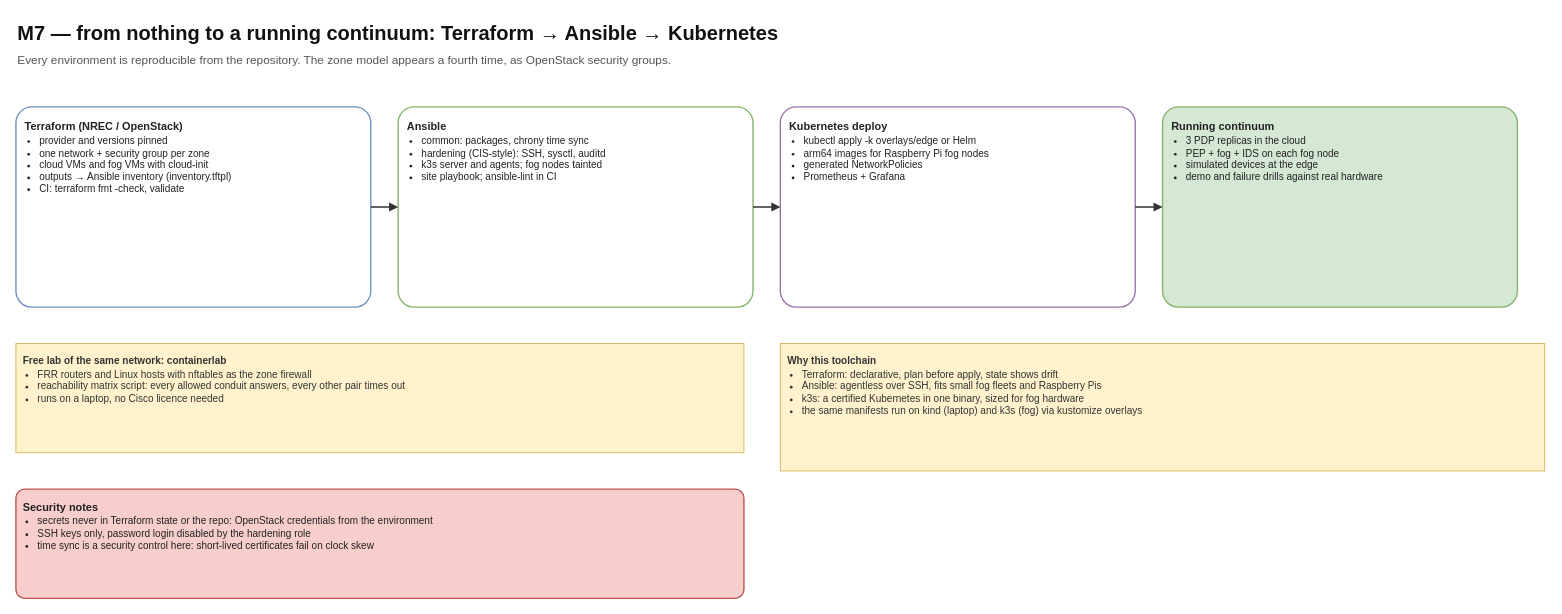
Above: page "Infrastructure as code" (2 of 2) of Docs/diagrams/15-m7-infrastructure-network.drawio in philipfleischer/zero-trust-continuum (draw.io), before the change. Source tidied: cells renumbered, new cells numbered last; positions are measured from the earlier drawing's top-left corner, leaving out a move shared by most shapes. Both pictures are drawn from the tidied source at 91%, with x=0, y=0 at pixel (15, 15).
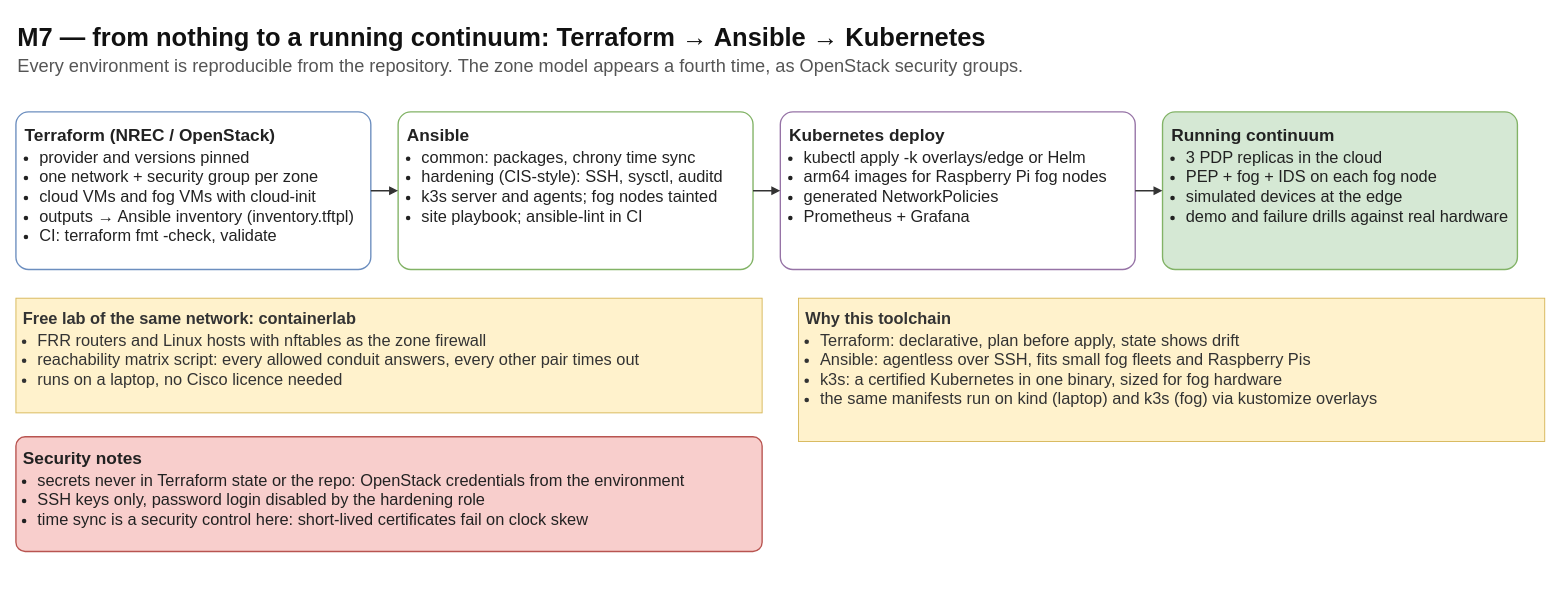
The same diagram, later.

What changed in the source:
```diff
@@
 <mxGraphModel background="#FFFFFF">
   <root>
     <mxCell id="0" />
     <mxCell id="1" parent="0" />
-    <mxCell id="2" value="M7 — from nothing to a running continuum: Terraform → Ansible → Kubernetes" style="whiteSpace=wrap;html=1;fontFamily=Helvetica;text;align=left;verticalAlign=top;fontSize=22;fontStyle=1;fontColor=#111111;" parent="1" vertex="1">
-      <mxGeometry width="1600" height="32" as="geometry" />
+    <mxCell id="2" value="M7 — from nothing to a running continuum: Terraform → Ansible → Kubernetes" style="whiteSpace=wrap;html=1;fontFamily=Helvetica;text;align=left;verticalAlign=top;fontSize=28;fontStyle=1;fontColor=#111111;" parent="1" vertex="1">
+      <mxGeometry y="0.5" width="1600" height="33.6" as="geometry" />
     </mxCell>
-    <mxCell id="3" value="Every environment is reproducible from the repository. The zone model appears a fourth time, as OpenStack security groups." style="whiteSpace=wrap;html=1;fontFamily=Helvetica;text;align=left;verticalAlign=top;fontSize=13;fontColor=#555555;" parent="1" vertex="1">
-      <mxGeometry y="34" width="1600" height="34" as="geometry" />
+    <mxCell id="3" value="Every environment is reproducible from the repository. The zone model appears a fourth time, as OpenStack security groups." style="whiteSpace=wrap;html=1;fontFamily=Helvetica;text;align=left;verticalAlign=top;fontSize=20;fontColor=#555555;" parent="1" vertex="1">
+      <mxGeometry y="36.2" width="1600" height="35.7" as="geometry" />
     </mxCell>
-    <mxCell id="4" value="&lt;b&gt;Terraform (NREC / OpenStack)&lt;/b&gt;&lt;ul style=&quot;margin:2px 0 0 0;padding-left:16px;font-size:11px&quot;&gt;&lt;li&gt;provider and versions pinned&lt;/li&gt;&lt;li&gt;one network + security group per zone&lt;/li&gt;&lt;li&gt;cloud VMs and fog VMs with cloud-init&lt;/li&gt;&lt;li&gt;outputs → Ansible inventory (inventory.tftpl)&lt;/li&gt;&lt;li&gt;CI: terraform fmt -check, validate&lt;/li&gt;&lt;/ul&gt;" style="whiteSpace=wrap;html=1;fontFamily=Helvetica;rounded=1;arcSize=8;fillColor=#ffffff;strokeColor=#6c8ebf;strokeWidth=1.5;fontSize=12;fontColor=#222222;verticalAlign=middle;spacing=4;align=left;verticalAlign=top;spacing=10;" parent="1" vertex="1">
-      <mxGeometry y="100" width="390" height="220" as="geometry" />
+    <mxCell id="4" value="&lt;b&gt;Terraform (NREC / OpenStack)&lt;/b&gt;&lt;ul style=&quot;margin:2px 0 0 0;padding-left:16px;font-size:18px&quot;&gt;&lt;li&gt;provider and versions pinned&lt;/li&gt;&lt;li&gt;one network + security group per zone&lt;/li&gt;&lt;li&gt;cloud VMs and fog VMs with cloud-init&lt;/li&gt;&lt;li&gt;outputs → Ansible inventory (inventory.tftpl)&lt;/li&gt;&lt;li&gt;CI: terraform fmt -check, validate&lt;/li&gt;&lt;/ul&gt;" style="whiteSpace=wrap;html=1;fontFamily=Helvetica;rounded=1;arcSize=8;fillColor=#ffffff;strokeColor=#6c8ebf;strokeWidth=1.5;fontSize=19;fontColor=#222222;verticalAlign=middle;spacing=4;align=left;verticalAlign=top;spacing=10;" parent="1" vertex="1">
+      <mxGeometry y="105.5" width="390" height="173.2" as="geometry" />
     </mxCell>
-    <mxCell id="5" value="&lt;b&gt;Ansible&lt;/b&gt;&lt;ul style=&quot;margin:2px 0 0 0;padding-left:16px;font-size:11px&quot;&gt;&lt;li&gt;common: packages, chrony time sync&lt;/li&gt;&lt;li&gt;hardening (CIS-style): SSH, sysctl, auditd&lt;/li&gt;&lt;li&gt;k3s server and agents; fog nodes tainted&lt;/li&gt;&lt;li&gt;site playbook; ansible-lint in CI&lt;/li&gt;&lt;/ul&gt;" style="whiteSpace=wrap;html=1;fontFamily=Helvetica;rounded=1;arcSize=8;fillColor=#ffffff;strokeColor=#82b366;strokeWidth=1.5;fontSize=12;fontColor=#222222;verticalAlign=middle;spacing=4;align=left;verticalAlign=top;spacing=10;" parent="1" vertex="1">
-      <mxGeometry x="420" y="100" width="390" height="220" as="geometry" />
+    <mxCell id="5" value="&lt;b&gt;Ansible&lt;/b&gt;&lt;ul style=&quot;margin:2px 0 0 0;padding-left:16px;font-size:18px&quot;&gt;&lt;li&gt;common: packages, chrony time sync&lt;/li&gt;&lt;li&gt;hardening (CIS-style): SSH, sysctl, auditd&lt;/li&gt;&lt;li&gt;k3s server and agents; fog nodes tainted&lt;/li&gt;&lt;li&gt;site playbook; ansible-lint in CI&lt;/li&gt;&lt;/ul&gt;" style="whiteSpace=wrap;html=1;fontFamily=Helvetica;rounded=1;arcSize=8;fillColor=#ffffff;strokeColor=#82b366;strokeWidth=1.5;fontSize=19;fontColor=#222222;verticalAlign=middle;spacing=4;align=left;verticalAlign=top;spacing=10;" parent="1" vertex="1">
+      <mxGeometry x="420" y="105.5" width="390" height="173.2" as="geometry" />
     </mxCell>
-    <mxCell id="6" style="edgeStyle=orthogonalEdgeStyle;rounded=1;jettySize=auto;html=1;endArrow=block;endFill=1;strokeWidth=1.5;fontSize=11;labelBackgroundColor=#ffffff;fontFamily=Helvetica;strokeColor=#333333;fontColor=#222222;" parent="1" edge="1" source="4" target="5">
+    <mxCell id="6" style="edgeStyle=orthogonalEdgeStyle;rounded=1;jettySize=auto;html=1;endArrow=block;endFill=1;strokeWidth=1.5;fontSize=18;labelBackgroundColor=#ffffff;fontFamily=Helvetica;strokeColor=#333333;fontColor=#222222;" parent="1" edge="1" source="4" target="5">
       <mxGeometry relative="1" as="geometry" />
     </mxCell>
-    <mxCell id="7" value="&lt;b&gt;Kubernetes deploy&lt;/b&gt;&lt;ul style=&quot;margin:2px 0 0 0;padding-left:16px;font-size:11px&quot;&gt;&lt;li&gt;kubectl apply -k overlays/edge or Helm&lt;/li&gt;&lt;li&gt;arm64 images for Raspberry Pi fog nodes&lt;/li&gt;&lt;li&gt;generated NetworkPolicies&lt;/li&gt;&lt;li&gt;Prometheus + Grafana&lt;/li&gt;&lt;/ul&gt;" style="whiteSpace=wrap;html=1;fontFamily=Helvetica;rounded=1;arcSize=8;fillColor=#ffffff;strokeColor=#9673a6;strokeWidth=1.5;fontSize=12;fontColor=#222222;verticalAlign=middle;spacing=4;align=left;verticalAlign=top;spacing=10;" parent="1" vertex="1">
-      <mxGeometry x="840" y="100" width="390" height="220" as="geometry" />
+    <mxCell id="7" value="&lt;b&gt;Kubernetes deploy&lt;/b&gt;&lt;ul style=&quot;margin:2px 0 0 0;padding-left:16px;font-size:18px&quot;&gt;&lt;li&gt;kubectl apply -k overlays/edge or Helm&lt;/li&gt;&lt;li&gt;arm64 images for Raspberry Pi fog nodes&lt;/li&gt;&lt;li&gt;generated NetworkPolicies&lt;/li&gt;&lt;li&gt;Prometheus + Grafana&lt;/li&gt;&lt;/ul&gt;" style="whiteSpace=wrap;html=1;fontFamily=Helvetica;rounded=1;arcSize=8;fillColor=#ffffff;strokeColor=#9673a6;strokeWidth=1.5;fontSize=19;fontColor=#222222;verticalAlign=middle;spacing=4;align=left;verticalAlign=top;spacing=10;" parent="1" vertex="1">
+      <mxGeometry x="840" y="105.5" width="390" height="173.2" as="geometry" />
     </mxCell>
-    <mxCell id="8" style="edgeStyle=orthogonalEdgeStyle;rounded=1;jettySize=auto;html=1;endArrow=block;endFill=1;strokeWidth=1.5;fontSize=11;labelBackgroundColor=#ffffff;fontFamily=Helvetica;strokeColor=#333333;fontColor=#222222;" parent="1" edge="1" source="5" target="7">
+    <mxCell id="8" style="edgeStyle=orthogonalEdgeStyle;rounded=1;jettySize=auto;html=1;endArrow=block;endFill=1;strokeWidth=1.5;fontSize=18;labelBackgroundColor=#ffffff;fontFamily=Helvetica;strokeColor=#333333;fontColor=#222222;" parent="1" edge="1" source="5" target="7">
       <mxGeometry relative="1" as="geometry" />
     </mxCell>
-    <mxCell id="9" value="&lt;b&gt;Running continuum&lt;/b&gt;&lt;ul style=&quot;margin:2px 0 0 0;padding-left:16px;font-size:11px&quot;&gt;&lt;li&gt;3 PDP replicas in the cloud&lt;/li&gt;&lt;li&gt;PEP + fog + IDS on each fog node&lt;/li&gt;&lt;li&gt;simulated devices at the edge&lt;/li&gt;&lt;li&gt;demo and failure drills against real hardware&lt;/li&gt;&lt;/ul&gt;" style="whiteSpace=wrap;html=1;fontFamily=Helvetica;rounded=1;arcSize=8;fillColor=#d5e8d4;strokeColor=#82b366;strokeWidth=1.5;fontSize=12;fontColor=#222222;spacing=4;align=left;verticalAlign=top;spacing=10;" parent="1" vertex="1">
-      <mxGeometry x="1260" y="100" width="390" height="220" as="geometry" />
+    <mxCell id="9" value="&lt;b&gt;Running continuum&lt;/b&gt;&lt;ul style=&quot;margin:2px 0 0 0;padding-left:16px;font-size:18px&quot;&gt;&lt;li&gt;3 PDP replicas in the cloud&lt;/li&gt;&lt;li&gt;PEP + fog + IDS on each fog node&lt;/li&gt;&lt;li&gt;simulated devices at the edge&lt;/li&gt;&lt;li&gt;demo and failure drills against real hardware&lt;/li&gt;&lt;/ul&gt;" style="whiteSpace=wrap;html=1;fontFamily=Helvetica;rounded=1;arcSize=8;fillColor=#d5e8d4;strokeColor=#82b366;strokeWidth=1.5;fontSize=19;fontColor=#222222;spacing=4;align=left;verticalAlign=top;spacing=10;" parent="1" vertex="1">
+      <mxGeometry x="1260" y="105.5" width="390" height="173.2" as="geometry" />
     </mxCell>
-    <mxCell id="10" style="edgeStyle=orthogonalEdgeStyle;rounded=1;jettySize=auto;html=1;endArrow=block;endFill=1;strokeWidth=1.5;fontSize=11;labelBackgroundColor=#ffffff;fontFamily=Helvetica;strokeColor=#333333;fontColor=#222222;" parent="1" edge="1" source="7" target="9">
+    <mxCell id="10" style="edgeStyle=orthogonalEdgeStyle;rounded=1;jettySize=auto;html=1;endArrow=block;endFill=1;strokeWidth=1.5;fontSize=18;labelBackgroundColor=#ffffff;fontFamily=Helvetica;strokeColor=#333333;fontColor=#222222;" parent="1" edge="1" source="7" target="9">
       <mxGeometry relative="1" as="geometry" />
     </mxCell>
-    <mxCell id="11" value="&lt;b&gt;Free lab of the same network: containerlab&lt;/b&gt;&lt;ul style=&quot;margin:2px 0 0 0;padding-left:16px;font-size:11px&quot;&gt;&lt;li&gt;FRR routers and Linux hosts with nftables as the zone firewall&lt;/li&gt;&lt;li&gt;reachability matrix script: every allowed conduit answers, every other pair times out&lt;/li&gt;&lt;li&gt;runs on a laptop, no Cisco licence needed&lt;/li&gt;&lt;/ul&gt;" style="whiteSpace=wrap;html=1;fontFamily=Helvetica;rounded=0;fillColor=#fff2cc;strokeColor=#d6b656;align=left;verticalAlign=top;spacing=8;fontSize=11;fontColor=#333333;" parent="1" vertex="1">
-      <mxGeometry y="360" width="800" height="120" as="geometry" />
+    <mxCell id="11" value="&lt;b&gt;Free lab of the same network: containerlab&lt;/b&gt;&lt;ul style=&quot;margin:2px 0 0 0;padding-left:16px;font-size:18px&quot;&gt;&lt;li&gt;FRR routers and Linux hosts with nftables as the zone firewall&lt;/li&gt;&lt;li&gt;reachability matrix script: every allowed conduit answers, every other pair times out&lt;/li&gt;&lt;li&gt;runs on a laptop, no Cisco licence needed&lt;/li&gt;&lt;/ul&gt;" style="whiteSpace=wrap;html=1;fontFamily=Helvetica;rounded=0;fillColor=#fff2cc;strokeColor=#d6b656;align=left;verticalAlign=top;spacing=8;fontSize=18;fontColor=#333333;" parent="1" vertex="1">
+      <mxGeometry y="310.2" width="820" height="126" as="geometry" />
     </mxCell>
-    <mxCell id="12" value="&lt;b&gt;Why this toolchain&lt;/b&gt;&lt;ul style=&quot;margin:2px 0 0 0;padding-left:16px;font-size:11px&quot;&gt;&lt;li&gt;Terraform: declarative, plan before apply, state shows drift&lt;/li&gt;&lt;li&gt;Ansible: agentless over SSH, fits small fog fleets and Raspberry Pis&lt;/li&gt;&lt;li&gt;k3s: a certified Kubernetes in one binary, sized for fog hardware&lt;/li&gt;&lt;li&gt;the same manifests run on kind (laptop) and k3s (fog) via kustomize overlays&lt;/li&gt;&lt;/ul&gt;" style="whiteSpace=wrap;html=1;fontFamily=Helvetica;rounded=0;fillColor=#fff2cc;strokeColor=#d6b656;align=left;verticalAlign=top;spacing=8;fontSize=11;fontColor=#333333;" parent="1" vertex="1">
-      <mxGeometry x="840" y="360" width="840" height="140" as="geometry" />
+    <mxCell id="12" value="&lt;b&gt;Why this toolchain&lt;/b&gt;&lt;ul style=&quot;margin:2px 0 0 0;padding-left:16px;font-size:18px&quot;&gt;&lt;li&gt;Terraform: declarative, plan before apply, state shows drift&lt;/li&gt;&lt;li&gt;Ansible: agentless over SSH, fits small fog fleets and Raspberry Pis&lt;/li&gt;&lt;li&gt;k3s: a certified Kubernetes in one binary, sized for fog hardware&lt;/li&gt;&lt;li&gt;the same manifests run on kind (laptop) and k3s (fog) via kustomize overlays&lt;/li&gt;&lt;/ul&gt;" style="whiteSpace=wrap;html=1;fontFamily=Helvetica;rounded=0;fillColor=#fff2cc;strokeColor=#d6b656;align=left;verticalAlign=top;spacing=8;fontSize=18;fontColor=#333333;" parent="1" vertex="1">
+      <mxGeometry x="860" y="310.2" width="820" height="157.5" as="geometry" />
     </mxCell>
-    <mxCell id="13" value="&lt;b&gt;Security notes&lt;/b&gt;&lt;ul style=&quot;margin:2px 0 0 0;padding-left:16px;font-size:11px&quot;&gt;&lt;li&gt;secrets never in Terraform state or the repo: OpenStack credentials from the environment&lt;/li&gt;&lt;li&gt;SSH keys only, password login disabled by the hardening role&lt;/li&gt;&lt;li&gt;time sync is a security control here: short-lived certificates fail on clock skew&lt;/li&gt;&lt;/ul&gt;" style="whiteSpace=wrap;html=1;fontFamily=Helvetica;rounded=1;arcSize=8;fillColor=#f8cecc;strokeColor=#b85450;strokeWidth=1.5;fontSize=12;fontColor=#222222;spacing=4;align=left;verticalAlign=top;spacing=8;" parent="1" vertex="1">
-      <mxGeometry y="520" width="800" height="120" as="geometry" />
+    <mxCell id="13" value="&lt;b&gt;Security notes&lt;/b&gt;&lt;ul style=&quot;margin:2px 0 0 0;padding-left:16px;font-size:18px&quot;&gt;&lt;li&gt;secrets never in Terraform state or the repo: OpenStack credentials from the environment&lt;/li&gt;&lt;li&gt;SSH keys only, password login disabled by the hardening role&lt;/li&gt;&lt;li&gt;time sync is a security control here: short-lived certificates fail on clock skew&lt;/li&gt;&lt;/ul&gt;" style="whiteSpace=wrap;html=1;fontFamily=Helvetica;rounded=1;arcSize=8;fillColor=#f8cecc;strokeColor=#b85450;strokeWidth=1.5;fontSize=19;fontColor=#222222;spacing=4;align=left;verticalAlign=top;spacing=8;" parent="1" vertex="1">
+      <mxGeometry y="462.5" width="820" height="126" as="geometry" />
     </mxCell>
   </root>
 </mxGraphModel>
```
